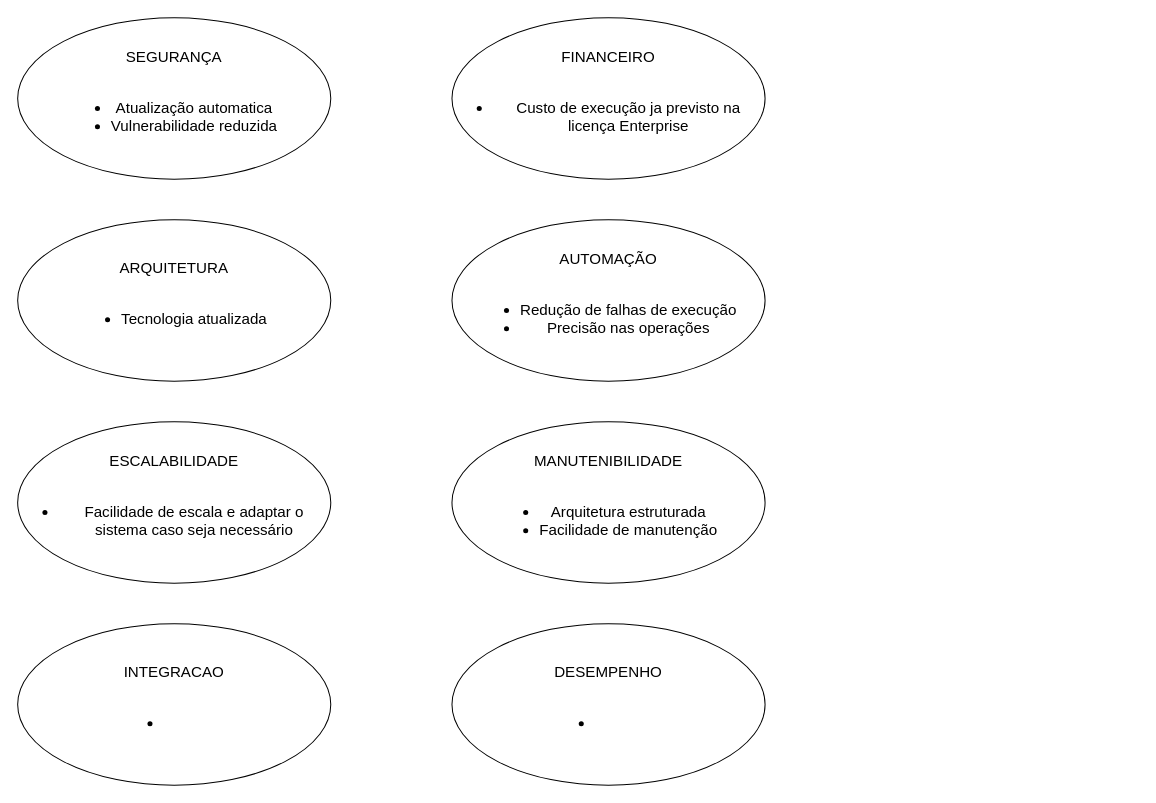
Earlier version of the draw.io diagram page "Página-2" (3 of 3) of actions_pep_csnu.drawio (leo-odilon/draw.io). Source tidied: cells renumbered, new cells numbered last; positions are measured from the earlier drawing's top-left corner, leaving out a move shared by most shapes. Both pictures are drawn from the tidied source at 101%, with x=0, y=0 at pixel (17, 17).
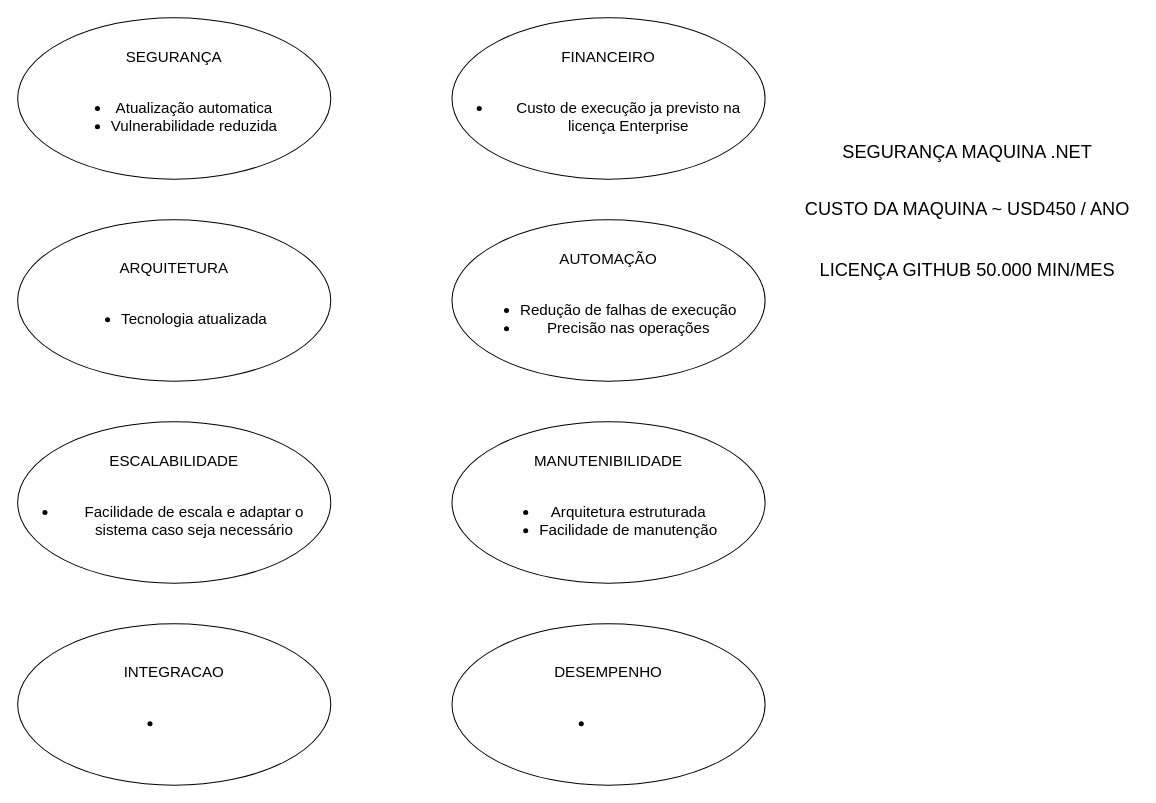
The same page after the edit.

Change to the diagram source:
```diff
@@
 <mxGraphModel>
   <root>
     <mxCell id="0" />
     <mxCell id="1" parent="0" />
     <mxCell id="2" value="&lt;font style=&quot;font-size: 15px;&quot;&gt;SEGURANÇA&lt;/font&gt;&lt;div style=&quot;font-size: 15px;&quot;&gt;&lt;br style=&quot;font-size: 15px;&quot;&gt;&lt;/div&gt;&lt;div style=&quot;font-size: 15px;&quot;&gt;&lt;ul style=&quot;font-size: 15px;&quot;&gt;&lt;li style=&quot;font-size: 15px;&quot;&gt;&lt;span style=&quot;font-size: 15px;&quot;&gt;Atualização automatica&lt;/span&gt;&lt;/li&gt;&lt;li style=&quot;font-size: 15px;&quot;&gt;&lt;span style=&quot;font-size: 15px;&quot;&gt;Vulnerabilidade reduzida&lt;/span&gt;&lt;/li&gt;&lt;/ul&gt;&lt;/div&gt;" style="ellipse;whiteSpace=wrap;html=1;align=center;fontSize=15;" parent="1" vertex="1">
       <mxGeometry width="310" height="160" as="geometry" />
     </mxCell>
     <mxCell id="3" value="&lt;font style=&quot;font-size: 15px;&quot;&gt;FINANCEIRO&lt;/font&gt;&lt;div style=&quot;font-size: 15px;&quot;&gt;&lt;br style=&quot;font-size: 15px;&quot;&gt;&lt;/div&gt;&lt;div style=&quot;font-size: 15px;&quot;&gt;&lt;ul style=&quot;font-size: 15px;&quot;&gt;&lt;li style=&quot;font-size: 15px;&quot;&gt;&lt;span style=&quot;font-size: 15px;&quot;&gt;Custo de execução ja previsto na licença Enterprise&lt;/span&gt;&lt;/li&gt;&lt;/ul&gt;&lt;/div&gt;" style="ellipse;whiteSpace=wrap;html=1;align=center;fontSize=15;" parent="1" vertex="1">
       <mxGeometry x="430" width="310" height="160" as="geometry" />
     </mxCell>
     <mxCell id="4" value="&lt;font style=&quot;font-size: 15px;&quot;&gt;ARQUITETURA&lt;/font&gt;&lt;div style=&quot;font-size: 15px;&quot;&gt;&lt;br style=&quot;font-size: 15px;&quot;&gt;&lt;/div&gt;&lt;div style=&quot;font-size: 15px;&quot;&gt;&lt;ul style=&quot;font-size: 15px;&quot;&gt;&lt;li style=&quot;font-size: 15px;&quot;&gt;&lt;font style=&quot;font-size: 15px;&quot;&gt;Tecnologia atualizada&lt;/font&gt;&lt;/li&gt;&lt;/ul&gt;&lt;/div&gt;" style="ellipse;whiteSpace=wrap;html=1;align=center;fontSize=15;" parent="1" vertex="1">
       <mxGeometry y="200" width="310" height="160" as="geometry" />
     </mxCell>
     <mxCell id="5" value="&lt;font style=&quot;font-size: 15px;&quot;&gt;AUTOMAÇÃO&lt;/font&gt;&lt;div style=&quot;font-size: 15px;&quot;&gt;&lt;br style=&quot;font-size: 15px;&quot;&gt;&lt;/div&gt;&lt;div style=&quot;font-size: 15px;&quot;&gt;&lt;ul style=&quot;font-size: 15px;&quot;&gt;&lt;li style=&quot;font-size: 15px;&quot;&gt;Redução de falhas de execução&lt;/li&gt;&lt;li style=&quot;font-size: 15px;&quot;&gt;Precisão nas operações&lt;/li&gt;&lt;/ul&gt;&lt;/div&gt;" style="ellipse;whiteSpace=wrap;html=1;align=center;fontSize=15;" parent="1" vertex="1">
       <mxGeometry x="430" y="200" width="310" height="160" as="geometry" />
     </mxCell>
     <mxCell id="6" value="&lt;font style=&quot;font-size: 15px;&quot;&gt;ESCALABILIDADE&lt;/font&gt;&lt;div style=&quot;font-size: 15px;&quot;&gt;&lt;br style=&quot;font-size: 15px;&quot;&gt;&lt;/div&gt;&lt;div style=&quot;font-size: 15px;&quot;&gt;&lt;ul style=&quot;font-size: 15px;&quot;&gt;&lt;li style=&quot;font-size: 15px;&quot;&gt;Facilidade de escala e adaptar o sistema caso seja necessário&lt;/li&gt;&lt;/ul&gt;&lt;/div&gt;" style="ellipse;whiteSpace=wrap;html=1;align=center;fontSize=15;" parent="1" vertex="1">
       <mxGeometry y="400" width="310" height="160" as="geometry" />
     </mxCell>
     <mxCell id="7" value="&lt;font style=&quot;font-size: 15px;&quot;&gt;MANUTENIBILIDADE&lt;/font&gt;&lt;div style=&quot;font-size: 15px;&quot;&gt;&lt;br style=&quot;font-size: 15px;&quot;&gt;&lt;/div&gt;&lt;div style=&quot;font-size: 15px;&quot;&gt;&lt;ul style=&quot;font-size: 15px;&quot;&gt;&lt;li style=&quot;font-size: 15px;&quot;&gt;Arquitetura estruturada&lt;/li&gt;&lt;li style=&quot;font-size: 15px;&quot;&gt;Facilidade de manutenção&lt;/li&gt;&lt;/ul&gt;&lt;/div&gt;" style="ellipse;whiteSpace=wrap;html=1;align=center;fontSize=15;" parent="1" vertex="1">
       <mxGeometry x="430" y="400" width="310" height="160" as="geometry" />
     </mxCell>
     <mxCell id="8" value="&lt;font style=&quot;font-size: 15px;&quot;&gt;INTEGRACAO&lt;/font&gt;&lt;div style=&quot;font-size: 15px;&quot;&gt;&lt;br style=&quot;font-size: 15px;&quot;&gt;&lt;/div&gt;&lt;div style=&quot;font-size: 15px;&quot;&gt;&lt;ul style=&quot;font-size: 15px;&quot;&gt;&lt;li style=&quot;font-size: 15px;&quot;&gt;&lt;br style=&quot;font-size: 15px;&quot;&gt;&lt;/li&gt;&lt;/ul&gt;&lt;/div&gt;" style="ellipse;whiteSpace=wrap;html=1;align=center;fontSize=15;" parent="1" vertex="1">
       <mxGeometry y="600" width="310" height="160" as="geometry" />
     </mxCell>
     <mxCell id="9" value="&lt;font style=&quot;font-size: 15px;&quot;&gt;DESEMPENHO&lt;/font&gt;&lt;div style=&quot;font-size: 15px;&quot;&gt;&lt;br style=&quot;font-size: 15px;&quot;&gt;&lt;/div&gt;&lt;div style=&quot;font-size: 15px;&quot;&gt;&lt;ul style=&quot;font-size: 15px;&quot;&gt;&lt;li style=&quot;font-size: 15px;&quot;&gt;&lt;br style=&quot;font-size: 15px;&quot;&gt;&lt;/li&gt;&lt;/ul&gt;&lt;/div&gt;" style="ellipse;whiteSpace=wrap;html=1;align=center;fontSize=15;" parent="1" vertex="1">
       <mxGeometry x="430" y="600" width="310" height="160" as="geometry" />
     </mxCell>
+    <mxCell id="10" value="SEGURANÇA MAQUINA .NET" style="text;html=1;align=center;verticalAlign=middle;strokeColor=none;fillColor=none;fontSize=18;" parent="1" vertex="1">
+      <mxGeometry x="805" y="113" width="270" height="40" as="geometry" />
+    </mxCell>
+    <mxCell id="11" value="CUSTO DA MAQUINA ~ USD450 / ANO" style="text;html=1;align=center;verticalAlign=middle;strokeColor=none;fillColor=none;fontSize=18;" parent="1" vertex="1">
+      <mxGeometry x="770" y="170" width="340" height="40" as="geometry" />
+    </mxCell>
+    <mxCell id="12" value="LICENÇA GITHUB 50.000 MIN/MES" style="text;html=1;align=center;verticalAlign=middle;strokeColor=none;fillColor=none;fontSize=18;" parent="1" vertex="1">
+      <mxGeometry x="780" y="230" width="320" height="40" as="geometry" />
+    </mxCell>
   </root>
 </mxGraphModel>
```
